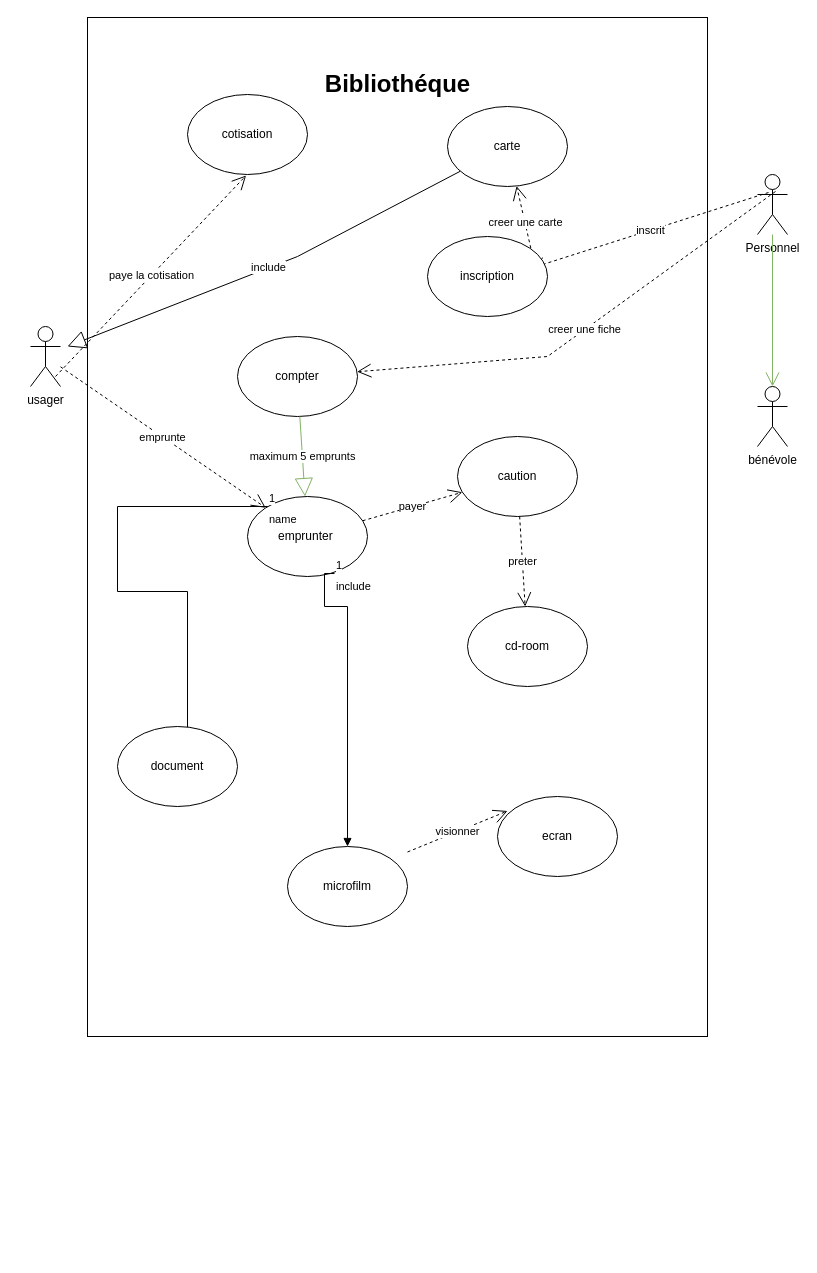
Rustam0-0/cda keeps this draw.io diagram as maquetter_une_application/UML_Partie_1/cas_d_utilisation_mediatheque.drawio. Above is the earlier version. Source tidied: cells renumbered, new cells numbered last; positions are measured from the earlier drawing's top-left corner, leaving out a move shared by most shapes. Both pictures are drawn from the tidied source at 100%, with x=0, y=0 at pixel (30, 17).
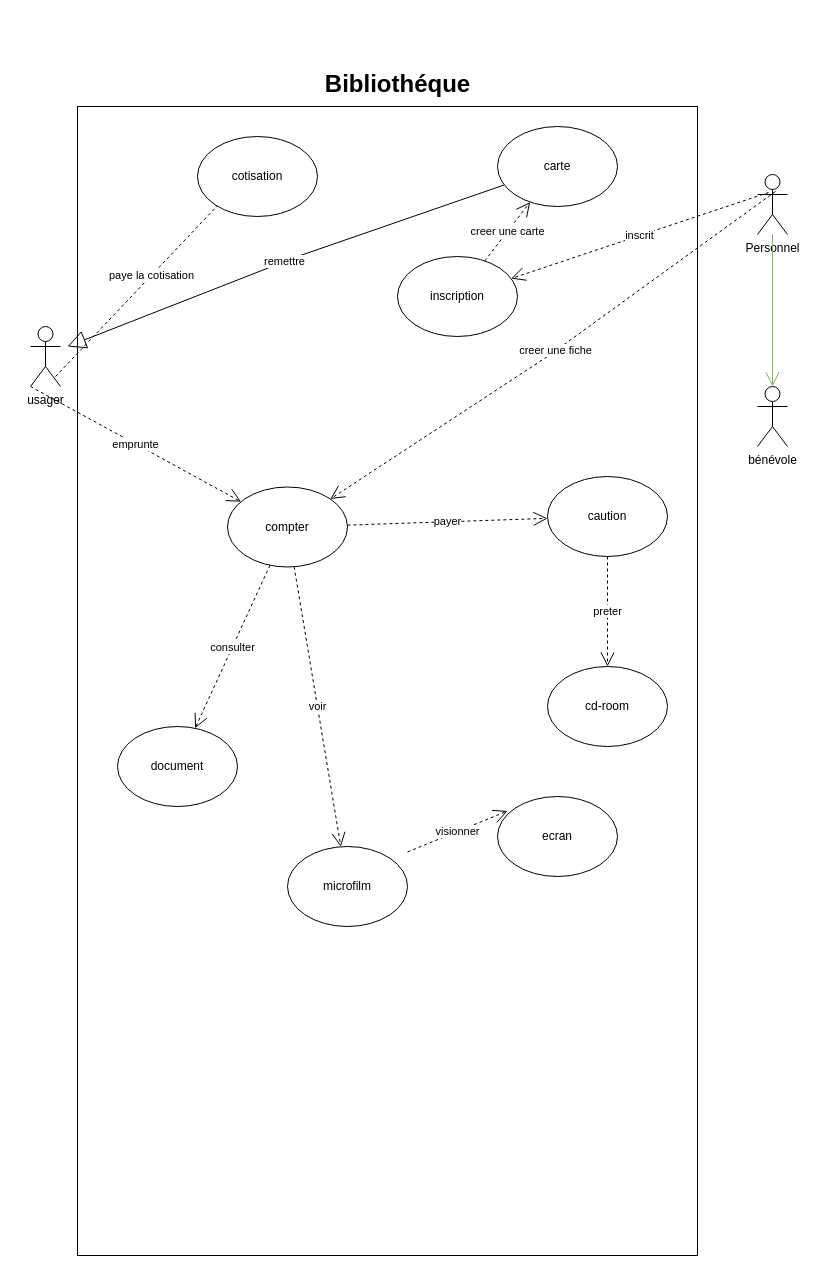
Above is the later version.

The change refers to these unchanged cells:
```xml
<mxCell id="4" value="usager" style="shape=umlActor;verticalLabelPosition=bottom;verticalAlign=top;html=1;outlineConnect=0;" parent="1" vertex="1">
  <mxGeometry y="309" width="30" height="60" as="geometry" />
</mxCell>
<mxCell id="5" value="Personnel" style="shape=umlActor;verticalLabelPosition=bottom;verticalAlign=top;html=1;" parent="1" vertex="1">
  <mxGeometry x="727" y="157" width="30" height="60" as="geometry" />
</mxCell>
<mxCell id="27" value="document" style="ellipse;whiteSpace=wrap;html=1;" parent="1" vertex="1">
  <mxGeometry x="87" y="709" width="120" height="80" as="geometry" />
</mxCell>
<mxCell id="28" value="microfilm" style="ellipse;whiteSpace=wrap;html=1;" parent="1" vertex="1">
  <mxGeometry x="257" y="829" width="120" height="80" as="geometry" />
</mxCell>
```

Diff of the diagram source:
```diff
@@
     <mxCell id="2" style="rounded=0;whiteSpace=wrap;html=1;direction=south;" parent="1" vertex="1">
-      <mxGeometry x="57" width="620" height="1019" as="geometry" />
+      <mxGeometry x="47" y="89" width="620" height="1149" as="geometry" />
     </mxCell>
@@
-    <mxCell id="7" value="inscrit" style="endArrow=open;endSize=12;dashed=1;html=1;rounded=0;exitX=0.367;exitY=0.3;exitDx=0;exitDy=0;exitPerimeter=0;" parent="1" edge="1" source="5">
-      <mxGeometry relative="1" as="geometry">
-        <mxPoint x="501" y="250.6" as="targetPoint" />
-      </mxGeometry>
+    <mxCell id="7" value="inscrit" style="endArrow=open;endSize=12;dashed=1;html=1;rounded=0;exitX=0.367;exitY=0.3;exitDx=0;exitDy=0;exitPerimeter=0;" parent="1" edge="1" source="5" target="25">
+      <mxGeometry relative="1" as="geometry" />
     </mxCell>
-    <mxCell id="8" value="creer une carte" style="endArrow=open;endSize=12;dashed=1;html=1;rounded=0;exitX=1.017;exitY=0.083;exitDx=0;exitDy=0;exitPerimeter=0;" parent="1" edge="1" target="24">
-      <mxGeometry relative="1" as="geometry">
-        <mxPoint x="503" y="242.3" as="sourcePoint" />
-      </mxGeometry>
+    <mxCell id="8" value="creer une carte" style="endArrow=open;endSize=12;dashed=1;html=1;rounded=0;" parent="1" edge="1" source="25" target="24">
+      <mxGeometry relative="1" as="geometry" />
     </mxCell>
@@
-    <mxCell id="10" value="emprunte" style="endArrow=open;endSize=12;dashed=1;html=1;rounded=0;" parent="1" edge="1" source="4" target="13">
+    <mxCell id="10" value="emprunte" style="endArrow=open;endSize=12;dashed=1;html=1;rounded=0;exitX=0;exitY=1;exitDx=0;exitDy=0;exitPerimeter=0;" parent="1" edge="1" source="4" target="30">
       <mxGeometry relative="1" as="geometry" />
     </mxCell>
     <mxCell id="11" value="caution" style="ellipse;whiteSpace=wrap;html=1;shadow=0;" parent="1" vertex="1">
-      <mxGeometry x="427" y="419" width="120" height="80" as="geometry" />
+      <mxGeometry x="517" y="459" width="120" height="80" as="geometry" />
     </mxCell>
@@
-    <mxCell id="13" value="emprunter&amp;nbsp;" style="ellipse;whiteSpace=wrap;html=1;shadow=0;" parent="1" vertex="1">
-      <mxGeometry x="217" y="479" width="120" height="80" as="geometry" />
-    </mxCell>
-    <mxCell id="14" value="payer" style="endArrow=open;endSize=12;dashed=1;html=1;rounded=0;" parent="1" edge="1" source="13" target="11">
+    <mxCell id="14" value="payer" style="endArrow=open;endSize=12;dashed=1;html=1;rounded=0;" parent="1" edge="1" source="30" target="11">
       <mxGeometry relative="1" as="geometry" />
     </mxCell>
@@
-    <mxCell id="18" value="name" style="endArrow=block;endFill=1;html=1;edgeStyle=orthogonalEdgeStyle;align=left;verticalAlign=top;rounded=0;" parent="1" edge="1" source="13">
-      <mxGeometry x="-1" relative="1" as="geometry">
-        <mxPoint x="157" y="719" as="targetPoint" />
-        <Array as="points">
-          <mxPoint x="87" y="489" />
-          <mxPoint x="87" y="574" />
-          <mxPoint x="157" y="574" />
-        </Array>
-      </mxGeometry>
-    </mxCell>
-    <mxCell id="19" value="1" style="edgeLabel;html=1;align=left;verticalAlign=bottom;" parent="18" vertex="1">
-      <mxGeometry x="-1" relative="1" as="geometry" />
-    </mxCell>
-    <mxCell id="20" value="include" style="endArrow=block;endSize=16;endFill=0;html=1;rounded=0;" parent="1" edge="1" source="24">
+    <mxCell id="20" value="remettre" style="endArrow=block;endSize=16;endFill=0;html=1;rounded=0;" parent="1" edge="1" source="24">
       <mxGeometry relative="1" as="geometry">
         <mxPoint x="37" y="329" as="targetPoint" />
         <Array as="points">
           <mxPoint x="267" y="239" />
         </Array>
       </mxGeometry>
     </mxCell>
-    <mxCell id="21" value="include" style="endArrow=block;endFill=1;html=1;edgeStyle=orthogonalEdgeStyle;align=left;verticalAlign=top;rounded=0;exitX=0.725;exitY=0.963;exitDx=0;exitDy=0;exitPerimeter=0;" parent="1" edge="1" source="13">
-      <mxGeometry x="-1" relative="1" as="geometry">
-        <mxPoint x="317" y="829" as="targetPoint" />
-        <Array as="points">
-          <mxPoint x="294" y="589" />
-          <mxPoint x="317" y="589" />
-        </Array>
-      </mxGeometry>
-    </mxCell>
-    <mxCell id="22" value="1" style="edgeLabel;html=1;align=left;verticalAlign=bottom;" parent="21" vertex="1">
-      <mxGeometry x="-1" relative="1" as="geometry" />
-    </mxCell>
     <mxCell id="23" value="cotisation" style="ellipse;whiteSpace=wrap;html=1;" parent="1" vertex="1">
-      <mxGeometry x="157" y="77" width="120" height="80" as="geometry" />
+      <mxGeometry x="167" y="119" width="120" height="80" as="geometry" />
     </mxCell>
     <mxCell id="24" value="carte" style="ellipse;whiteSpace=wrap;html=1;" parent="1" vertex="1">
-      <mxGeometry x="417" y="89" width="120" height="80" as="geometry" />
+      <mxGeometry x="467" y="109" width="120" height="80" as="geometry" />
     </mxCell>
     <mxCell id="25" value="inscription" style="ellipse;whiteSpace=wrap;html=1;" parent="1" vertex="1">
-      <mxGeometry x="397" y="219" width="120" height="80" as="geometry" />
+      <mxGeometry x="367" y="239" width="120" height="80" as="geometry" />
     </mxCell>
     <mxCell id="26" value="cd-room" style="ellipse;whiteSpace=wrap;html=1;" parent="1" vertex="1">
-      <mxGeometry x="437" y="589" width="120" height="80" as="geometry" />
+      <mxGeometry x="517" y="649" width="120" height="80" as="geometry" />
     </mxCell>
@@
     <mxCell id="30" value="compter" style="ellipse;whiteSpace=wrap;html=1;" parent="1" vertex="1">
-      <mxGeometry x="207" y="319" width="120" height="80" as="geometry" />
+      <mxGeometry x="197" y="469.5" width="120" height="80" as="geometry" />
     </mxCell>
-    <mxCell id="31" value="maximum 5 emprunts" style="endArrow=block;endSize=16;endFill=0;html=1;rounded=0;fillColor=#d5e8d4;strokeColor=#82b366;" parent="1" edge="1" source="30" target="13">
-      <mxGeometry relative="1" as="geometry" />
-    </mxCell>
+    <mxCell id="32" value="voir" style="endArrow=open;endSize=12;dashed=1;html=1;rounded=0;" parent="1" edge="1" source="30" target="28">
+      <mxGeometry relative="1" as="geometry" />
+    </mxCell>
+    <mxCell id="33" value="consulter" style="endArrow=open;endSize=12;dashed=1;html=1;rounded=0;" parent="1" edge="1" source="30" target="27">
+      <mxGeometry relative="1" as="geometry" />
+    </mxCell>
```
